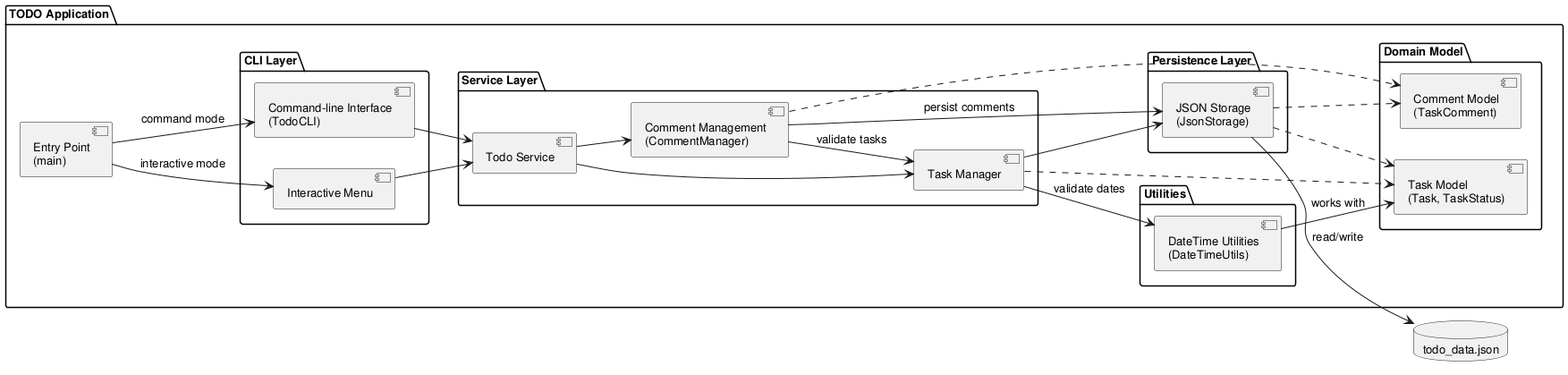
Above: experiments/supervisor_as_tools/user_stories/TODO/artifacts/component_diagram.png in DanielRiha8906/Software_autoevolution_using_agents (PlantUML), before the change.
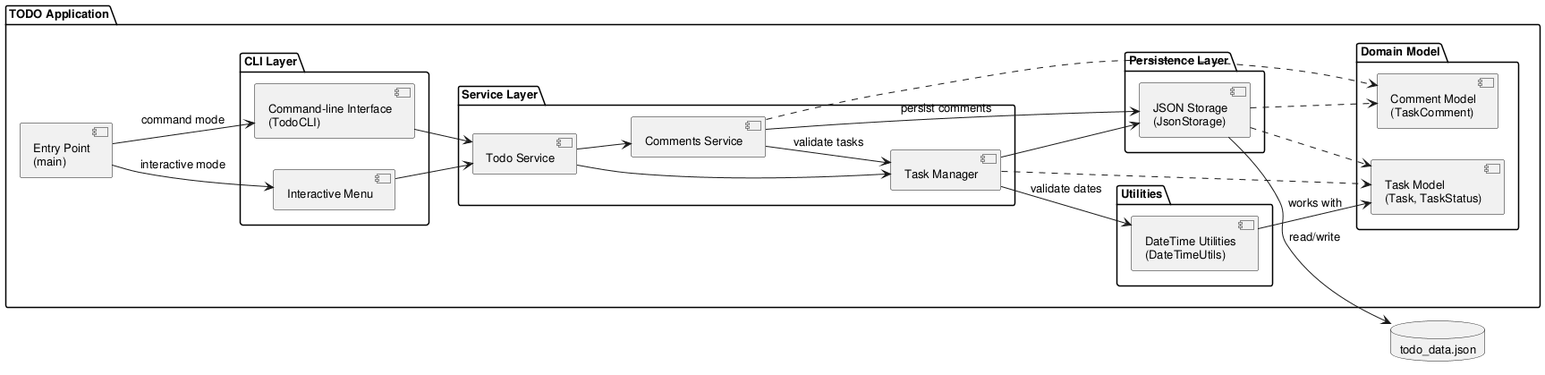
Above is the later version.

What changed in the source:
```diff
@@ -17,7 +17,7 @@
     package "Service Layer" {
         component "Todo Service" as SVC
         component "Task Manager" as MGR
-        component "Comment Management\n(CommentManager)" as CMT
+        component "Comments Service" as CMT
     }
 
     package "Domain Model" {
```
